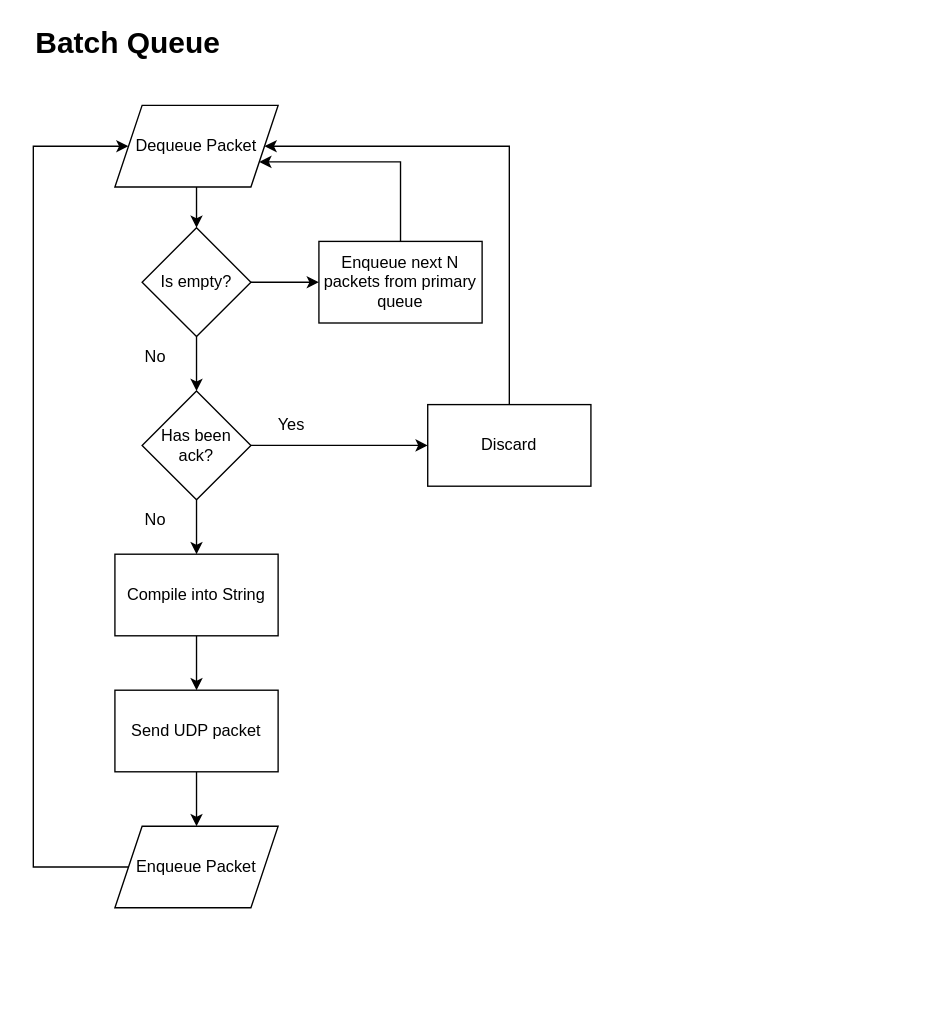
Before: page "Page-3" (3 of 3) of Software-Architecture.drawio in Prototype-Aether/Prototype-Aether, a draw.io diagram. Source tidied: cells renumbered, new cells numbered last; positions are measured from the earlier drawing's top-left corner, leaving out a move shared by most shapes. Both pictures are drawn from the tidied source at 136%, with x=0, y=0 at pixel (33, 23).
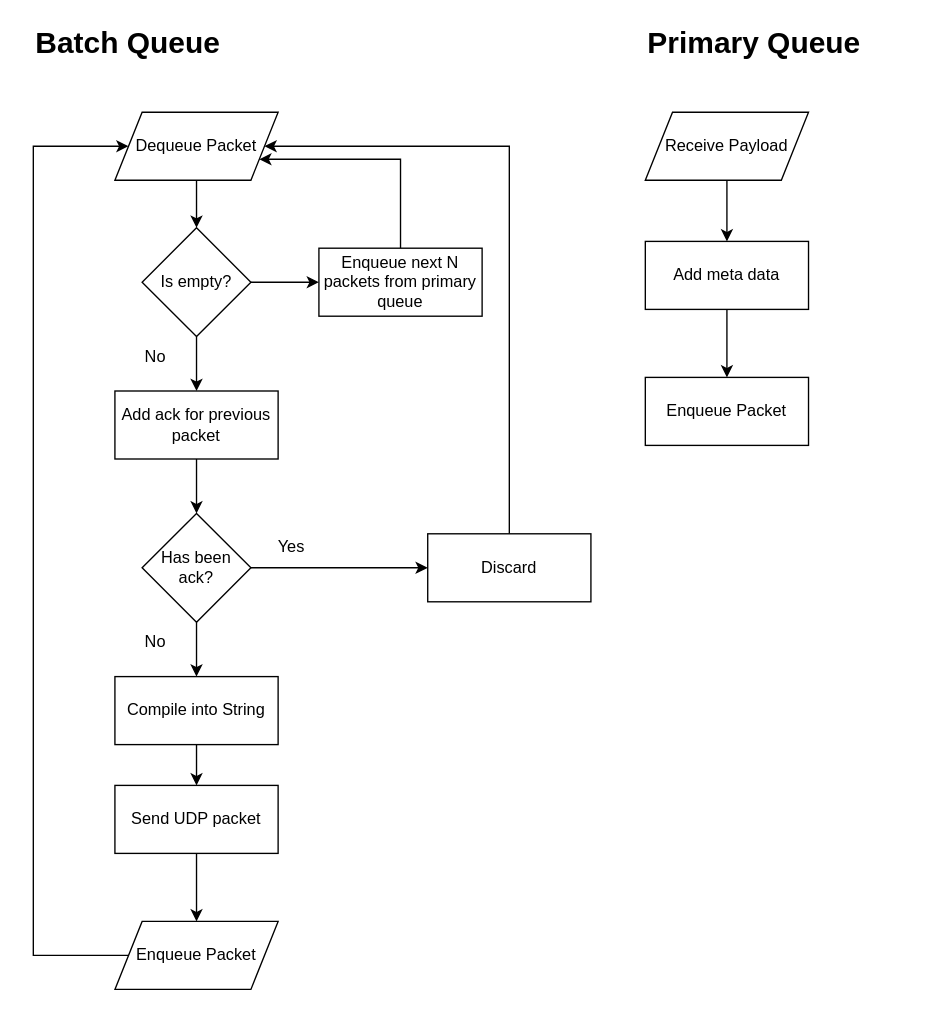
The same page after the edit.

Commit message (it also covers changes not shown here):
updated batch queue and added primary queue

Unchanged cells that the change refers to:
```xml
<mxCell id="19" value="Is empty?" style="rhombus;whiteSpace=wrap;html=1;" parent="1" vertex="1">
  <mxGeometry x="80" y="150" width="80" height="80" as="geometry" />
</mxCell>
```

Change to the diagram source:
```diff
@@
     <mxCell id="3" value="Dequeue Packet" style="shape=parallelogram;perimeter=parallelogramPerimeter;whiteSpace=wrap;html=1;fixedSize=1;" parent="1" vertex="1">
-      <mxGeometry x="60" y="60" width="120" height="60" as="geometry" />
+      <mxGeometry x="60" y="65" width="120" height="50" as="geometry" />
     </mxCell>
@@
     <mxCell id="6" value="Has been ack?" style="rhombus;whiteSpace=wrap;html=1;" parent="1" vertex="1">
-      <mxGeometry x="80" y="270" width="80" height="80" as="geometry" />
+      <mxGeometry x="80" y="360" width="80" height="80" as="geometry" />
     </mxCell>
@@
     <mxCell id="8" value="Discard" style="whiteSpace=wrap;html=1;" parent="1" vertex="1">
-      <mxGeometry x="290" y="280" width="120" height="60" as="geometry" />
+      <mxGeometry x="290" y="375" width="120" height="50" as="geometry" />
     </mxCell>
@@
     <mxCell id="10" value="Compile into String" style="whiteSpace=wrap;html=1;" parent="1" vertex="1">
-      <mxGeometry x="60" y="390" width="120" height="60" as="geometry" />
+      <mxGeometry x="60" y="480" width="120" height="50" as="geometry" />
     </mxCell>
     <mxCell id="11" value="Yes" style="text;html=1;strokeColor=none;fillColor=none;align=center;verticalAlign=middle;whiteSpace=wrap;rounded=0;" parent="1" vertex="1">
-      <mxGeometry x="160" y="280" width="60" height="30" as="geometry" />
+      <mxGeometry x="160" y="370" width="60" height="30" as="geometry" />
     </mxCell>
     <mxCell id="12" value="No" style="text;html=1;strokeColor=none;fillColor=none;align=center;verticalAlign=middle;whiteSpace=wrap;rounded=0;" parent="1" vertex="1">
-      <mxGeometry x="60" y="350" width="60" height="30" as="geometry" />
+      <mxGeometry x="60" y="440" width="60" height="30" as="geometry" />
     </mxCell>
@@
     <mxCell id="14" value="Send UDP packet" style="whiteSpace=wrap;html=1;" parent="1" vertex="1">
-      <mxGeometry x="60" y="490" width="120" height="60" as="geometry" />
+      <mxGeometry x="60" y="560" width="120" height="50" as="geometry" />
     </mxCell>
     <mxCell id="15" style="edgeStyle=orthogonalEdgeStyle;rounded=0;jettySize=auto;html=1;entryX=0;entryY=0.5;entryDx=0;entryDy=0;" parent="1" edge="1" source="16" target="3">
       <mxGeometry relative="1" as="geometry">
         <Array as="points">
-          <mxPoint y="620" />
+          <mxPoint y="685" />
           <mxPoint y="90" />
         </Array>
       </mxGeometry>
     </mxCell>
     <mxCell id="16" value="Enqueue Packet" style="shape=parallelogram;perimeter=parallelogramPerimeter;whiteSpace=wrap;html=1;fixedSize=1;" parent="1" vertex="1">
-      <mxGeometry x="60" y="590" width="120" height="60" as="geometry" />
+      <mxGeometry x="60" y="660" width="120" height="50" as="geometry" />
     </mxCell>
-    <mxCell id="17" style="edgeStyle=orthogonalEdgeStyle;rounded=0;jettySize=auto;html=1;entryX=0.5;entryY=0;entryDx=0;entryDy=0;" parent="1" edge="1" source="19" target="6">
-      <mxGeometry relative="1" as="geometry" />
-    </mxCell>
@@
+    <mxCell id="24" style="edgeStyle=orthogonalEdgeStyle;rounded=0;jettySize=auto;html=1;fontSize=12;" parent="1" edge="1" source="19" target="32">
+      <mxGeometry relative="1" as="geometry" />
+    </mxCell>
@@
     <mxCell id="21" style="edgeStyle=orthogonalEdgeStyle;rounded=0;jettySize=auto;html=1;entryX=1;entryY=0.75;entryDx=0;entryDy=0;" parent="1" edge="1" source="22" target="3">
       <mxGeometry relative="1" as="geometry">
         <Array as="points">
-          <mxPoint x="270" y="102" />
+          <mxPoint x="270" y="100" />
         </Array>
       </mxGeometry>
     </mxCell>
     <mxCell id="22" value="Enqueue next N packets from primary queue" style="whiteSpace=wrap;html=1;" parent="1" vertex="1">
-      <mxGeometry x="210" y="160" width="120" height="60" as="geometry" />
+      <mxGeometry x="210" y="165" width="120" height="50" as="geometry" />
     </mxCell>
@@
+    <mxCell id="25" value="Primary Queue" style="text;html=1;strokeColor=none;fillColor=none;align=left;verticalAlign=middle;whiteSpace=wrap;rounded=0;fontStyle=1;fontSize=22;" parent="1" vertex="1">
+      <mxGeometry x="450" width="190" height="30" as="geometry" />
+    </mxCell>
+    <mxCell id="26" style="edgeStyle=orthogonalEdgeStyle;rounded=0;jettySize=auto;html=1;fontSize=12;" parent="1" edge="1" source="27" target="29">
+      <mxGeometry relative="1" as="geometry" />
+    </mxCell>
+    <mxCell id="27" value="Receive Payload" style="shape=parallelogram;perimeter=parallelogramPerimeter;whiteSpace=wrap;html=1;fixedSize=1;" parent="1" vertex="1">
+      <mxGeometry x="450" y="65" width="120" height="50" as="geometry" />
+    </mxCell>
+    <mxCell id="28" style="edgeStyle=orthogonalEdgeStyle;rounded=0;jettySize=auto;html=1;fontSize=12;" parent="1" edge="1" source="29" target="30">
+      <mxGeometry relative="1" as="geometry" />
+    </mxCell>
+    <mxCell id="29" value="Add meta data" style="whiteSpace=wrap;html=1;" parent="1" vertex="1">
+      <mxGeometry x="450" y="160" width="120" height="50" as="geometry" />
+    </mxCell>
+    <mxCell id="30" value="Enqueue Packet" style="whiteSpace=wrap;html=1;" parent="1" vertex="1">
+      <mxGeometry x="450" y="260" width="120" height="50" as="geometry" />
+    </mxCell>
+    <mxCell id="31" style="edgeStyle=orthogonalEdgeStyle;rounded=0;jettySize=auto;html=1;entryX=0.5;entryY=0;entryDx=0;entryDy=0;fontSize=12;" parent="1" edge="1" source="32" target="6">
+      <mxGeometry relative="1" as="geometry" />
+    </mxCell>
+    <mxCell id="32" value="Add ack for previous packet" style="whiteSpace=wrap;html=1;" parent="1" vertex="1">
+      <mxGeometry x="60" y="270" width="120" height="50" as="geometry" />
+    </mxCell>
```
